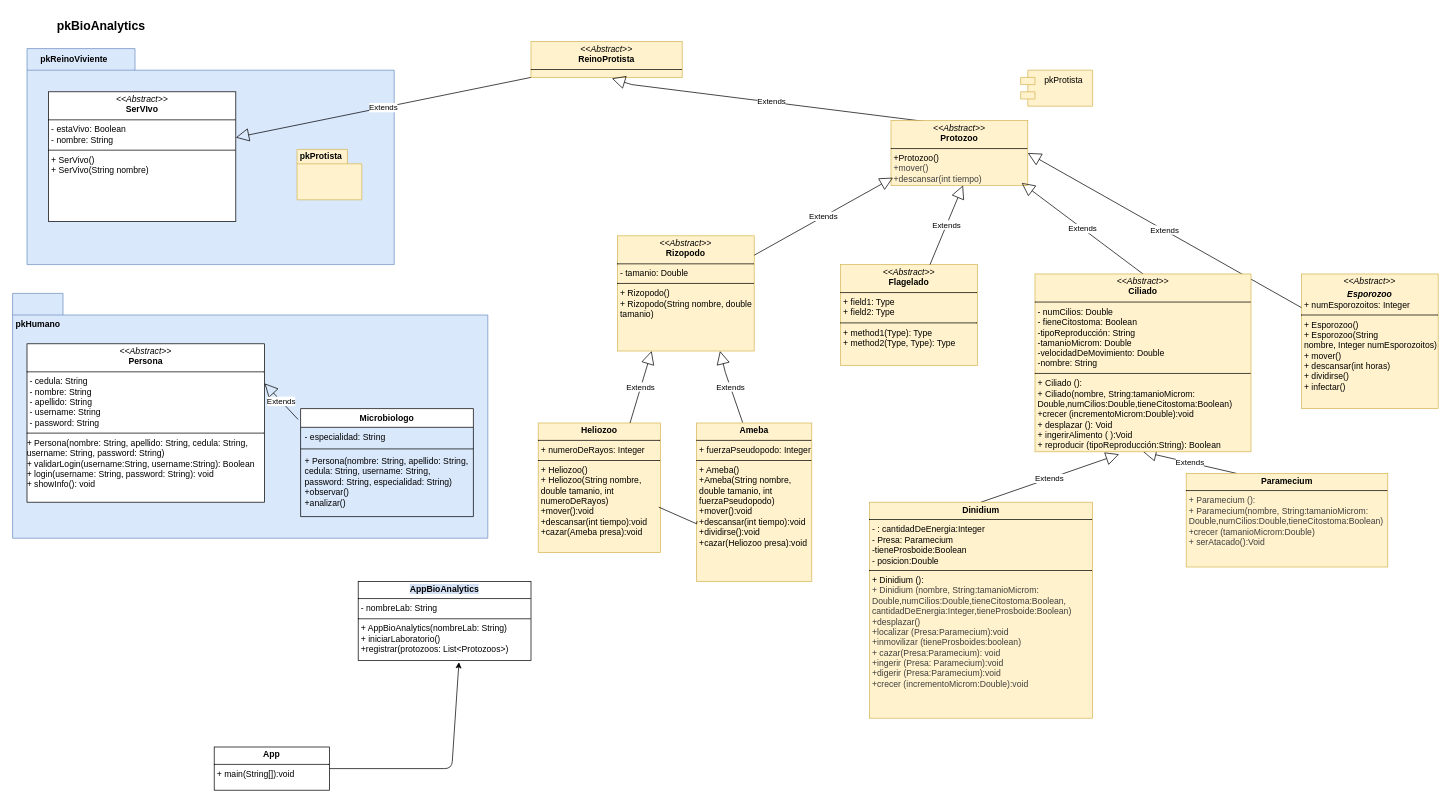
nikito34-max/proyectoBiologo_grupo3 keeps this draw.io diagram as design/DiagramaDeClasesBiologo.drawio. Above is the earlier version. Source tidied: cells renumbered, new cells numbered last; positions are measured from the earlier drawing's top-left corner, leaving out a move shared by most shapes. Both pictures are drawn from the tidied source at 72%, with x=0, y=0 at pixel (12, 12).
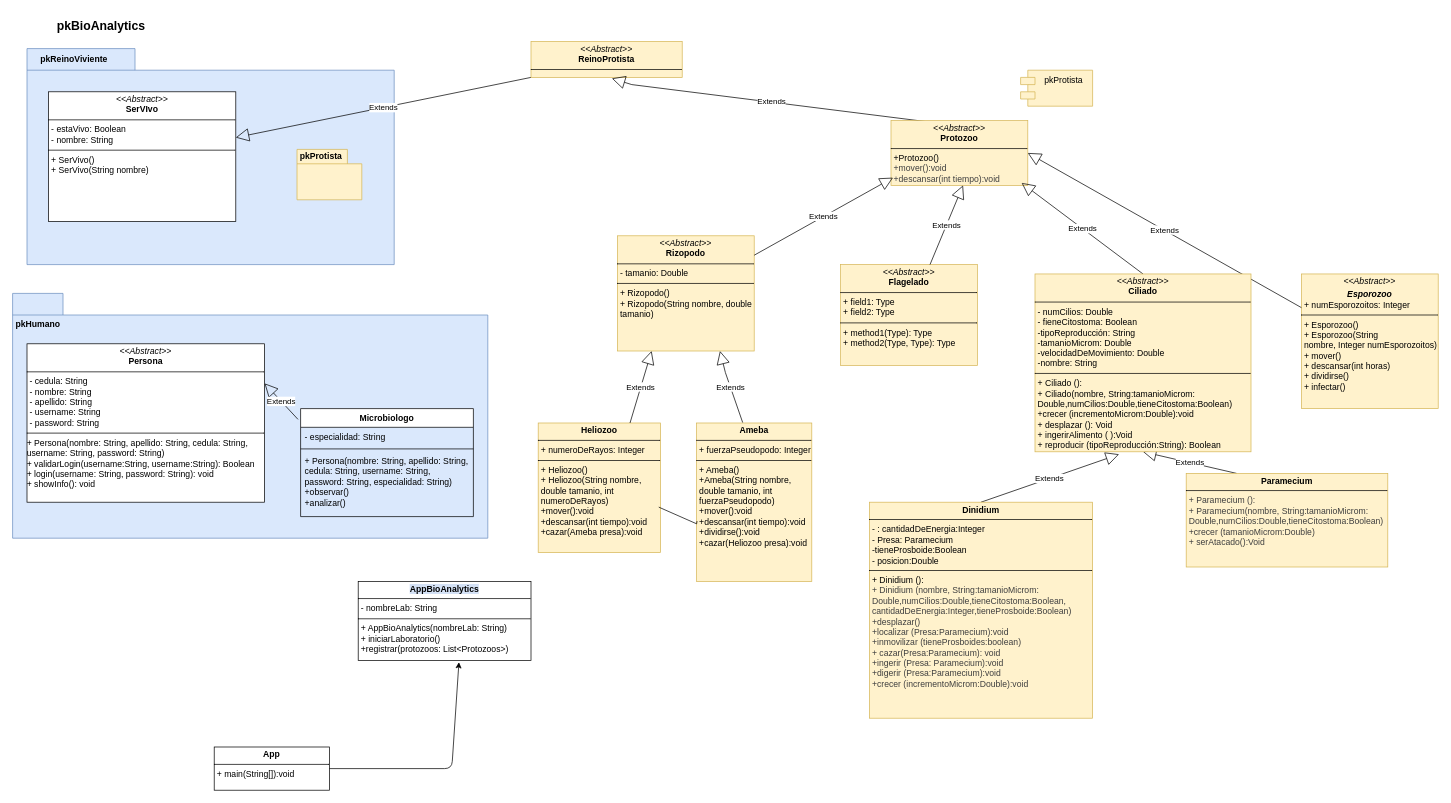
Above is the later version.

Commit message:
Correccion en el diagrama de clases

Diff of the diagram source:
```diff
@@
-    <mxCell id="20" value="&lt;p style=&quot;margin:0px;margin-top:4px;text-align:center;&quot;&gt;&lt;i&gt;&amp;lt;&amp;lt;Abstract&amp;gt;&amp;gt;&lt;/i&gt;&lt;br&gt;&lt;b&gt;Protozoo&lt;/b&gt;&lt;/p&gt;&lt;hr size=&quot;1&quot; style=&quot;border-style:solid;&quot;&gt;&lt;p style=&quot;margin:0px;margin-left:4px;&quot;&gt;+Protozoo()&lt;/p&gt;&lt;p style=&quot;color: rgb(63, 63, 63); scrollbar-color: rgb(226, 226, 226) rgb(251, 251, 251); margin: 0px 0px 0px 4px;&quot;&gt;+mover()&lt;/p&gt;&lt;p style=&quot;color: rgb(63, 63, 63); scrollbar-color: rgb(226, 226, 226) rgb(251, 251, 251); margin: 0px 0px 0px 4px;&quot;&gt;+descansar(int tiempo)&lt;/p&gt;" style="verticalAlign=top;align=left;overflow=fill;html=1;whiteSpace=wrap;fillColor=#fff2cc;strokeColor=#d6b656;" parent="1" vertex="1">
+    <mxCell id="20" value="&lt;p style=&quot;margin:0px;margin-top:4px;text-align:center;&quot;&gt;&lt;i&gt;&amp;lt;&amp;lt;Abstract&amp;gt;&amp;gt;&lt;/i&gt;&lt;br&gt;&lt;b&gt;Protozoo&lt;/b&gt;&lt;/p&gt;&lt;hr size=&quot;1&quot; style=&quot;border-style:solid;&quot;&gt;&lt;p style=&quot;margin:0px;margin-left:4px;&quot;&gt;+Protozoo()&lt;/p&gt;&lt;p style=&quot;color: rgb(63, 63, 63); scrollbar-color: rgb(226, 226, 226) rgb(251, 251, 251); margin: 0px 0px 0px 4px;&quot;&gt;+mover():void&lt;/p&gt;&lt;p style=&quot;color: rgb(63, 63, 63); scrollbar-color: rgb(226, 226, 226) rgb(251, 251, 251); margin: 0px 0px 0px 4px;&quot;&gt;+descansar(int tiempo):void&lt;/p&gt;" style="verticalAlign=top;align=left;overflow=fill;html=1;whiteSpace=wrap;fillColor=#fff2cc;strokeColor=#d6b656;" parent="1" vertex="1">
       <mxGeometry x="1220" y="150" width="190" height="90" as="geometry" />
     </mxCell>
```
